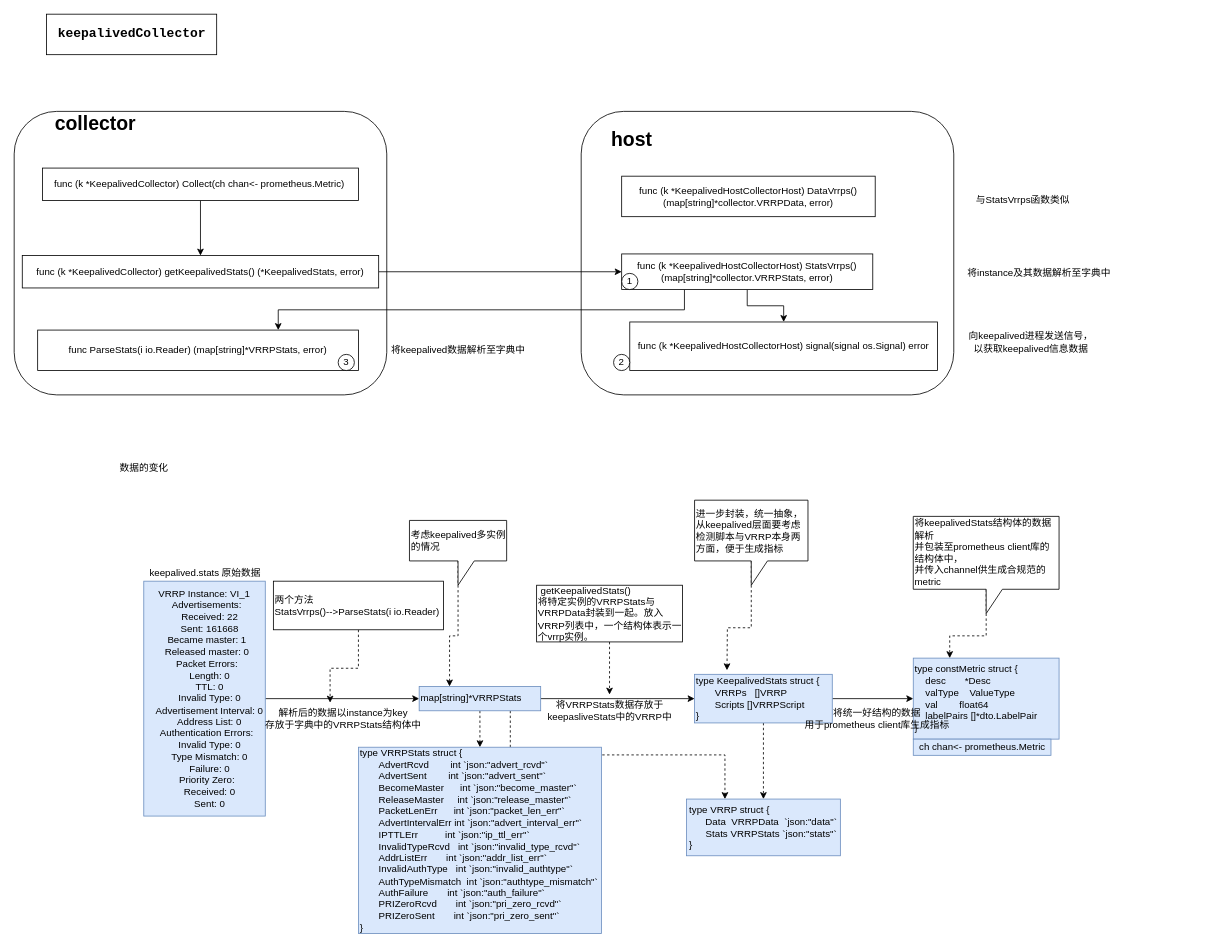
Earlier version of the draw.io diagram keepalived-exporter.drawio (Qiwei-Ran/MyRepository). Source tidied: cells renumbered, new cells numbered last; positions are measured from the earlier drawing's top-left corner, leaving out a move shared by most shapes. Both pictures are drawn from the tidied source at 81%, with x=0, y=0 at pixel (14, 14).
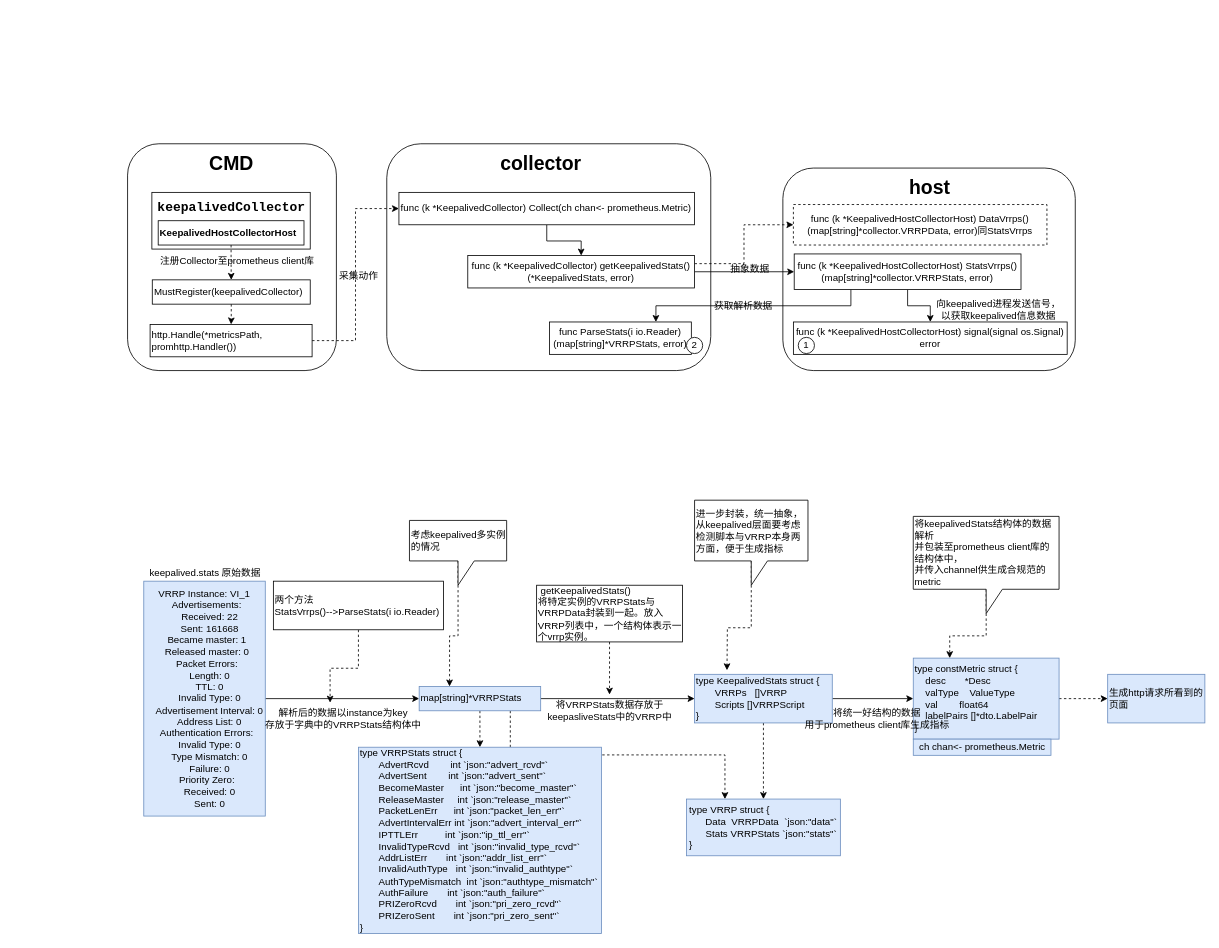
Above is the later version.

Unchanged cells that the change refers to:
```xml
<mxCell id="46" value="&lt;div&gt;type constMetric struct {&lt;/div&gt;&lt;div&gt;&lt;span&gt;&lt;/span&gt;&amp;nbsp; &amp;nbsp; desc&amp;nbsp; &amp;nbsp; &amp;nbsp; &amp;nbsp;*Desc&lt;/div&gt;&lt;div&gt;&lt;span&gt;&lt;/span&gt;&amp;nbsp; &amp;nbsp; valType&amp;nbsp; &amp;nbsp; ValueType&lt;/div&gt;&lt;div&gt;&lt;span&gt;&lt;/span&gt;&amp;nbsp; &amp;nbsp; val&amp;nbsp; &amp;nbsp; &amp;nbsp; &amp;nbsp; float64&lt;/div&gt;&lt;div&gt;&lt;span&gt;&lt;/span&gt;&amp;nbsp; &amp;nbsp; labelPairs []*dto.LabelPair&lt;/div&gt;&lt;div&gt;}&lt;/div&gt;" style="text;html=1;strokeColor=#6c8ebf;fillColor=#dae8fc;align=left;verticalAlign=middle;whiteSpace=wrap;rounded=0;fontSize=12;" parent="1" vertex="1">
  <mxGeometry x="1110" y="795" width="180" height="100" as="geometry" />
</mxCell>
```

The edit, as a diff of the source:
```diff
@@
+    <mxCell id="53" style="rounded=1;whiteSpace=wrap;html=1;strokeColor=#000000;fillColor=#FFFFFF;fontSize=12;align=left;" parent="1" vertex="1">
+      <mxGeometry x="140" y="160" width="257.8" height="280" as="geometry" />
+    </mxCell>
     <mxCell id="2" style="rounded=1;whiteSpace=wrap;html=1;strokeColor=#000000;fillColor=#FFFFFF;" parent="1" vertex="1">
-      <mxGeometry x="700" y="120" width="460" height="350" as="geometry" />
+      <mxGeometry x="949" y="190" width="361" height="250" as="geometry" />
     </mxCell>
     <mxCell id="3" style="rounded=1;whiteSpace=wrap;html=1;strokeColor=#000000;fillColor=#FFFFFF;" parent="1" vertex="1">
-      <mxGeometry y="120" width="460" height="350" as="geometry" />
+      <mxGeometry x="460" y="160" width="400" height="280" as="geometry" />
     </mxCell>
-    <mxCell id="4" value="&lt;pre&gt;&lt;span style=&quot;font-size: 16px ; background-color: rgb(255 , 255 , 255)&quot;&gt;&lt;b&gt;keepalivedCollector&lt;/b&gt;&lt;/span&gt;&lt;span style=&quot;background-color: rgb(43 , 43 , 43) ; color: rgb(169 , 183 , 198) ; font-size: 12pt&quot;&gt;&lt;br&gt;&lt;/span&gt;&lt;/pre&gt;" style="html=1;fillColor=#FFFFFF;" parent="1" vertex="1">
-      <mxGeometry x="40" width="210" height="50" as="geometry" />
+    <mxCell id="4" value="&lt;pre&gt;&lt;span style=&quot;font-size: 16px ; background-color: rgb(255 , 255 , 255)&quot;&gt;&lt;b&gt;keepalivedCollector&lt;/b&gt;&lt;/span&gt;&lt;span style=&quot;background-color: rgb(43 , 43 , 43) ; color: rgb(169 , 183 , 198) ; font-size: 12pt&quot;&gt;&lt;br&gt;&lt;/span&gt;&lt;/pre&gt;&lt;pre&gt;&lt;span style=&quot;font-size: 16px ; background-color: rgb(255 , 255 , 255)&quot;&gt;&lt;b&gt;&lt;br&gt;&lt;/b&gt;&lt;/span&gt;&lt;/pre&gt;" style="html=1;fillColor=#FFFFFF;" parent="1" vertex="1">
+      <mxGeometry x="170" y="220" width="195.5" height="70" as="geometry" />
     </mxCell>
@@
     <mxCell id="6" value="func (k *KeepalivedCollector) Collect(ch chan&amp;lt;- prometheus.Metric)&amp;nbsp;" style="html=1;" parent="1" vertex="1">
-      <mxGeometry x="35" y="190" width="390" height="40" as="geometry" />
+      <mxGeometry x="475" y="220" width="365" height="40" as="geometry" />
     </mxCell>
     <mxCell id="7" value="collector" style="text;html=1;align=center;verticalAlign=middle;fontStyle=1;fontSize=24;" parent="1" vertex="1">
-      <mxGeometry x="40" y="120" width="120" height="30" as="geometry" />
+      <mxGeometry x="590" y="170" width="120" height="30" as="geometry" />
     </mxCell>
@@
+    <mxCell id="54" style="edgeStyle=orthogonalEdgeStyle;rounded=0;jettySize=auto;html=1;exitX=1;exitY=0.25;exitDx=0;exitDy=0;entryX=0;entryY=0.5;entryDx=0;entryDy=0;fontSize=12;dashed=1;" parent="1" edge="1" source="9" target="22">
+      <mxGeometry relative="1" as="geometry" />
+    </mxCell>
-    <mxCell id="9" value="func (k *KeepalivedCollector) getKeepalivedStats() (*KeepalivedStats, error)" style="rounded=0;whiteSpace=wrap;html=1;strokeColor=#000000;fillColor=#FFFFFF;fontSize=12;" parent="1" vertex="1">
-      <mxGeometry x="10" y="298" width="440" height="40" as="geometry" />
+    <mxCell id="9" value="func (k *KeepalivedCollector) getKeepalivedStats() &lt;br&gt;(*KeepalivedStats, error)" style="rounded=0;whiteSpace=wrap;html=1;strokeColor=#000000;fillColor=#FFFFFF;fontSize=12;" parent="1" vertex="1">
+      <mxGeometry x="560" y="298" width="280" height="40" as="geometry" />
     </mxCell>
@@
     <mxCell id="12" value="func (k *KeepalivedHostCollectorHost) StatsVrrps() (map[string]*collector.VRRPStats, error)" style="rounded=0;whiteSpace=wrap;html=1;strokeColor=#000000;fillColor=#FFFFFF;fontSize=12;" parent="1" vertex="1">
-      <mxGeometry x="750" y="296" width="310" height="44" as="geometry" />
+      <mxGeometry x="963" y="296" width="280" height="44" as="geometry" />
     </mxCell>
-    <mxCell id="13" value="func (k *KeepalivedHostCollectorHost) signal(signal os.Signal) error" style="rounded=0;whiteSpace=wrap;html=1;strokeColor=#000000;fillColor=#FFFFFF;fontSize=12;" parent="1" vertex="1">
-      <mxGeometry x="760" y="380" width="380" height="60" as="geometry" />
+    <mxCell id="13" value="func (k *KeepalivedHostCollectorHost) signal(signal os.Signal) &lt;br&gt;error" style="rounded=0;whiteSpace=wrap;html=1;strokeColor=#000000;fillColor=#FFFFFF;fontSize=12;" parent="1" vertex="1">
+      <mxGeometry x="962" y="380" width="338" height="40" as="geometry" />
     </mxCell>
     <mxCell id="14" value="host" style="text;html=1;align=center;verticalAlign=middle;fontStyle=1;fontSize=24;" parent="1" vertex="1">
-      <mxGeometry x="727" y="140" width="70" height="30" as="geometry" />
+      <mxGeometry x="1094.5" y="200" width="70" height="30" as="geometry" />
     </mxCell>
     <mxCell id="15" value="向keepalived进程发送信号，&lt;br&gt;以获取keepalived信息数据" style="text;html=1;align=center;verticalAlign=middle;fontSize=12;" parent="1" vertex="1">
-      <mxGeometry x="1170" y="390" width="170" height="30" as="geometry" />
+      <mxGeometry x="1130" y="350" width="170" height="30" as="geometry" />
     </mxCell>
-    <mxCell id="16" value="1" style="ellipse;whiteSpace=wrap;html=1;strokeColor=#000000;fillColor=#FFFFFF;fontSize=12;" parent="1" vertex="1">
-      <mxGeometry x="750" y="320" width="20" height="20" as="geometry" />
-    </mxCell>
-    <mxCell id="17" value="2" style="ellipse;whiteSpace=wrap;html=1;strokeColor=#000000;fillColor=#FFFFFF;fontSize=12;" parent="1" vertex="1">
-      <mxGeometry x="740" y="420" width="20" height="20" as="geometry" />
+    <mxCell id="17" value="1" style="ellipse;whiteSpace=wrap;html=1;strokeColor=#000000;fillColor=#FFFFFF;fontSize=12;" parent="1" vertex="1">
+      <mxGeometry x="968" y="399" width="20" height="20" as="geometry" />
     </mxCell>
-    <mxCell id="18" value="func ParseStats(i io.Reader) (map[string]*VRRPStats, error)" style="rounded=0;whiteSpace=wrap;html=1;strokeColor=#000000;fillColor=#FFFFFF;fontSize=12;" parent="1" vertex="1">
-      <mxGeometry x="29" y="390" width="396" height="50" as="geometry" />
+    <mxCell id="18" value="func ParseStats(i io.Reader) &lt;br&gt;(map[string]*VRRPStats, error)" style="rounded=0;whiteSpace=wrap;html=1;strokeColor=#000000;fillColor=#FFFFFF;fontSize=12;" parent="1" vertex="1">
+      <mxGeometry x="661" y="380" width="175" height="40" as="geometry" />
     </mxCell>
-    <mxCell id="19" value="3" style="ellipse;whiteSpace=wrap;html=1;strokeColor=#000000;fillColor=#FFFFFF;fontSize=12;" parent="1" vertex="1">
-      <mxGeometry x="400" y="420" width="20" height="20" as="geometry" />
+    <mxCell id="19" value="2" style="ellipse;whiteSpace=wrap;html=1;strokeColor=#000000;fillColor=#FFFFFF;fontSize=12;" parent="1" vertex="1">
+      <mxGeometry x="830" y="399" width="20" height="20" as="geometry" />
     </mxCell>
-    <mxCell id="20" value="将keepalived数据解析至字典中" style="text;html=1;align=center;verticalAlign=middle;fontSize=12;" parent="1" vertex="1">
-      <mxGeometry x="458" y="405" width="180" height="20" as="geometry" />
-    </mxCell>
-    <mxCell id="21" value="将instance及其数据解析至字典中" style="text;html=1;align=center;verticalAlign=middle;fontSize=12;" parent="1" vertex="1">
-      <mxGeometry x="1170" y="310" width="190" height="20" as="geometry" />
-    </mxCell>
-    <mxCell id="22" value="func (k *KeepalivedHostCollectorHost) DataVrrps() (map[string]*collector.VRRPData, error)" style="rounded=0;whiteSpace=wrap;html=1;strokeColor=#000000;fillColor=#FFFFFF;fontSize=12;" parent="1" vertex="1">
-      <mxGeometry x="750" y="200" width="313" height="50" as="geometry" />
+    <mxCell id="22" value="func (k *KeepalivedHostCollectorHost) DataVrrps() (map[string]*collector.VRRPData, error)同StatsVrrps" style="rounded=0;whiteSpace=wrap;html=1;strokeColor=#000000;fillColor=#FFFFFF;fontSize=12;dashed=1;" parent="1" vertex="1">
+      <mxGeometry x="962" y="235" width="313" height="50" as="geometry" />
     </mxCell>
-    <mxCell id="23" value="与StatsVrrps函数类似" style="text;html=1;align=center;verticalAlign=middle;fontSize=12;" parent="1" vertex="1">
-      <mxGeometry x="1180" y="220" width="130" height="20" as="geometry" />
-    </mxCell>
-    <mxCell id="24" value="数据的变化" style="text;html=1;align=center;verticalAlign=middle;fontSize=12;" parent="1" vertex="1">
-      <mxGeometry x="120" y="550" width="80" height="20" as="geometry" />
+    <mxCell id="24" value="采集动作" style="text;html=1;align=center;verticalAlign=middle;fontSize=12;" parent="1" vertex="1">
+      <mxGeometry x="395" y="313" width="60" height="20" as="geometry" />
     </mxCell>
@@
+    <mxCell id="55" style="edgeStyle=orthogonalEdgeStyle;rounded=0;jettySize=auto;html=1;entryX=0;entryY=0.5;entryDx=0;entryDy=0;dashed=1;fontSize=12;" parent="1" edge="1" source="46" target="56">
+      <mxGeometry relative="1" as="geometry" />
+    </mxCell>
@@
+    <mxCell id="56" value="生成http请求所看到的页面" style="rounded=0;whiteSpace=wrap;html=1;strokeColor=#6c8ebf;fillColor=#dae8fc;fontSize=12;align=left;" parent="1" vertex="1">
+      <mxGeometry x="1350" y="815" width="120" height="60" as="geometry" />
+    </mxCell>
+    <mxCell id="57" value="抽象数据" style="text;html=1;align=center;verticalAlign=middle;fontSize=12;" parent="1" vertex="1">
+      <mxGeometry x="878" y="305" width="60" height="20" as="geometry" />
+    </mxCell>
+    <mxCell id="58" value="获取解析数据" style="text;html=1;align=center;verticalAlign=middle;fontSize=12;" parent="1" vertex="1">
+      <mxGeometry x="855" y="350" width="90" height="20" as="geometry" />
+    </mxCell>
+    <mxCell id="59" value="CMD" style="text;html=1;align=center;verticalAlign=middle;fontStyle=1;fontSize=24;" parent="1" vertex="1">
+      <mxGeometry x="232.8" y="170" width="70" height="30" as="geometry" />
+    </mxCell>
+    <mxCell id="60" style="edgeStyle=orthogonalEdgeStyle;rounded=0;jettySize=auto;html=1;entryX=0.5;entryY=0;entryDx=0;entryDy=0;dashed=1;fontSize=12;" parent="1" edge="1" source="61" target="63">
+      <mxGeometry relative="1" as="geometry" />
+    </mxCell>
+    <mxCell id="61" value="KeepalivedHostCollectorHost" style="rounded=0;whiteSpace=wrap;html=1;strokeColor=#000000;fillColor=#FFFFFF;fontSize=12;align=left;fontStyle=1;" parent="1" vertex="1">
+      <mxGeometry x="177.8" y="255" width="180" height="30" as="geometry" />
+    </mxCell>
+    <mxCell id="62" style="edgeStyle=orthogonalEdgeStyle;rounded=0;jettySize=auto;html=1;exitX=0.5;exitY=1;exitDx=0;exitDy=0;dashed=1;fontSize=12;" parent="1" edge="1" source="63" target="66">
+      <mxGeometry relative="1" as="geometry" />
+    </mxCell>
+    <mxCell id="63" value="MustRegister(keepalivedCollector)" style="rounded=0;whiteSpace=wrap;html=1;strokeColor=#000000;fillColor=#FFFFFF;fontSize=12;align=left;" parent="1" vertex="1">
+      <mxGeometry x="170.5" y="328" width="195" height="30" as="geometry" />
+    </mxCell>
+    <mxCell id="64" value="注册Collector至prometheus client库" style="text;html=1;align=center;verticalAlign=middle;fontSize=12;" parent="1" vertex="1">
+      <mxGeometry x="170" y="295" width="210" height="20" as="geometry" />
+    </mxCell>
+    <mxCell id="65" style="edgeStyle=orthogonalEdgeStyle;rounded=0;jettySize=auto;html=1;exitX=1;exitY=0.5;exitDx=0;exitDy=0;entryX=0;entryY=0.5;entryDx=0;entryDy=0;dashed=1;fontSize=12;" parent="1" edge="1" source="66" target="6">
+      <mxGeometry relative="1" as="geometry" />
+    </mxCell>
+    <mxCell id="66" value="http.Handle(*metricsPath, promhttp.Handler())" style="rounded=0;whiteSpace=wrap;html=1;strokeColor=#000000;fillColor=#FFFFFF;fontSize=12;align=left;" parent="1" vertex="1">
+      <mxGeometry x="167.8" y="383" width="200" height="40" as="geometry" />
+    </mxCell>
```
